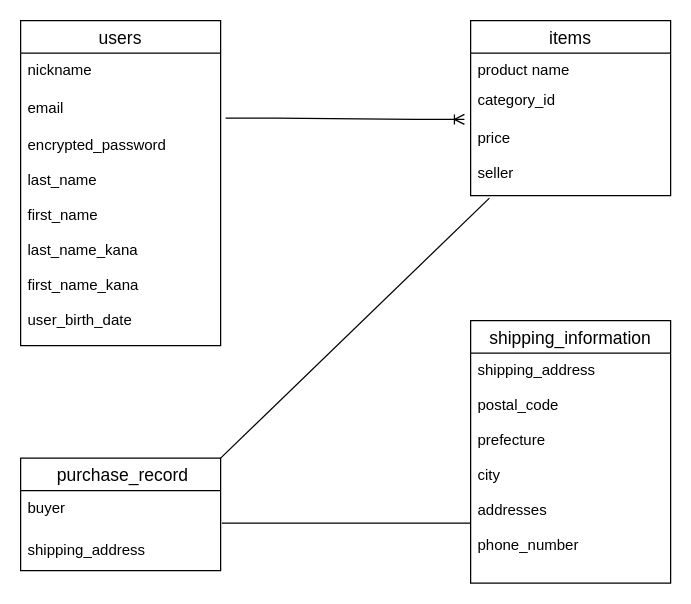
The draw.io diagram test.dio in NaoakiM/furima-37413, before the edit. Source tidied: cells renumbered, new cells numbered last; positions are measured from the earlier drawing's top-left corner, leaving out a move shared by most shapes. Both pictures are drawn from the tidied source at 125%, with x=0, y=0 at pixel (20, 20).
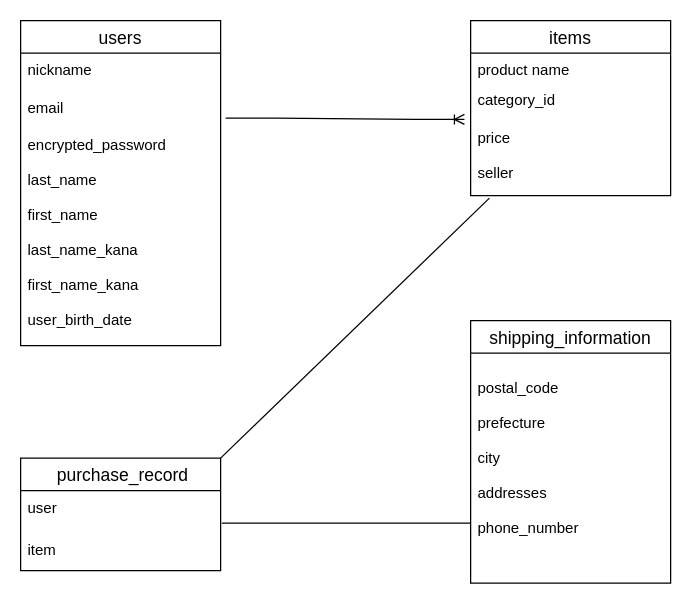
The same diagram, later.

Commit message (it also covers changes not shown here):
itemsテーブル修正

What changed in the source:
```diff
@@
 <mxGraphModel>
   <root>
     <mxCell id="0" />
     <mxCell id="1" parent="0" />
     <mxCell id="2" value="users" style="swimlane;fontStyle=0;horizontal=1;startSize=26;align=center;fontSize=14;" parent="1" vertex="1">
       <mxGeometry width="160" height="260" as="geometry" />
     </mxCell>
     <mxCell id="3" value="nickname" style="text;strokeColor=none;fillColor=none;spacingLeft=4;spacingRight=4;overflow=hidden;fontSize=12;" parent="2" vertex="1">
       <mxGeometry y="26" width="160" height="30" as="geometry" />
     </mxCell>
     <mxCell id="4" value="email" style="text;strokeColor=none;fillColor=none;spacingLeft=4;spacingRight=4;overflow=hidden;points=[[0,0.5],[1,0.5]];portConstraint=eastwest;fontSize=12;" parent="2" vertex="1">
       <mxGeometry y="56" width="160" height="30" as="geometry" />
     </mxCell>
     <mxCell id="5" value="encrypted_password&#10;&#10;last_name&#10;&#10;first_name&#10;&#10;last_name_kana&#10;&#10;first_name_kana&#10;&#10;user_birth_date&#10;" style="text;strokeColor=none;fillColor=none;spacingLeft=4;spacingRight=4;overflow=hidden;fontSize=12;" parent="2" vertex="1">
       <mxGeometry y="86" width="160" height="174" as="geometry" />
     </mxCell>
     <mxCell id="6" value="items" style="swimlane;fontStyle=0;horizontal=1;startSize=26;align=center;fontSize=14;" parent="1" vertex="1">
       <mxGeometry x="360" width="160" height="140" as="geometry" />
     </mxCell>
     <mxCell id="7" value="product name" style="text;strokeColor=none;fillColor=none;spacingLeft=4;spacingRight=4;overflow=hidden;fontSize=12;" parent="6" vertex="1">
       <mxGeometry y="26" width="160" height="24" as="geometry" />
     </mxCell>
     <mxCell id="8" value="category_id" style="text;strokeColor=none;fillColor=none;spacingLeft=4;spacingRight=4;overflow=hidden;points=[[0,0.5],[1,0.5]];portConstraint=eastwest;fontSize=12;" parent="6" vertex="1">
       <mxGeometry y="50" width="160" height="30" as="geometry" />
     </mxCell>
     <mxCell id="9" value="price&#10;&#10;seller" style="text;strokeColor=none;fillColor=none;spacingLeft=4;spacingRight=4;overflow=hidden;points=[[0,0.5],[1,0.5]];portConstraint=eastwest;fontSize=12;" parent="6" vertex="1">
       <mxGeometry y="80" width="160" height="60" as="geometry" />
     </mxCell>
     <mxCell id="10" value=" purchase_record" style="swimlane;fontStyle=0;horizontal=1;startSize=26;align=center;fontSize=14;" parent="1" vertex="1">
       <mxGeometry y="350" width="160" height="90" as="geometry" />
     </mxCell>
-    <mxCell id="11" value="buyer" style="text;strokeColor=none;fillColor=none;spacingLeft=4;spacingRight=4;overflow=hidden;points=[[0,0.5],[1,0.5]];portConstraint=eastwest;fontSize=12;" parent="10" vertex="1">
+    <mxCell id="11" value="user" style="text;strokeColor=none;fillColor=none;spacingLeft=4;spacingRight=4;overflow=hidden;points=[[0,0.5],[1,0.5]];portConstraint=eastwest;fontSize=12;" parent="10" vertex="1">
       <mxGeometry y="26" width="160" height="34" as="geometry" />
     </mxCell>
-    <mxCell id="12" value="shipping_address" style="text;strokeColor=none;fillColor=none;spacingLeft=4;spacingRight=4;overflow=hidden;fontSize=12;" parent="10" vertex="1">
+    <mxCell id="12" value="item" style="text;strokeColor=none;fillColor=none;spacingLeft=4;spacingRight=4;overflow=hidden;fontSize=12;" parent="10" vertex="1">
       <mxGeometry y="60" width="160" height="30" as="geometry" />
     </mxCell>
     <mxCell id="13" value="shipping_information" style="swimlane;fontStyle=0;horizontal=1;startSize=26;align=center;fontSize=14;" parent="1" vertex="1">
       <mxGeometry x="360" y="240" width="160" height="210" as="geometry" />
     </mxCell>
-    <mxCell id="14" value="shipping_address&#10;&#10;postal_code&#10;&#10;prefecture&#10;&#10;city&#10;&#10;addresses&#10;&#10;phone_number&#10;&#10;" style="text;strokeColor=none;fillColor=none;spacingLeft=4;spacingRight=4;overflow=hidden;fontSize=12;" parent="13" vertex="1">
+    <mxCell id="14" value="&#10;postal_code&#10;&#10;prefecture&#10;&#10;city&#10;&#10;addresses&#10;&#10;phone_number&#10;&#10;" style="text;strokeColor=none;fillColor=none;spacingLeft=4;spacingRight=4;overflow=hidden;fontSize=12;" parent="13" vertex="1">
       <mxGeometry y="26" width="160" height="184" as="geometry" />
     </mxCell>
     <mxCell id="15" style="edgeStyle=entityRelationEdgeStyle;fontSize=12;html=1;endArrow=ERoneToMany;exitX=1.025;exitY=0.733;exitDx=0;exitDy=0;exitPerimeter=0;entryX=-0.031;entryY=0.967;entryDx=0;entryDy=0;entryPerimeter=0;" parent="1" edge="1" source="4" target="8">
       <mxGeometry relative="1" as="geometry" />
     </mxCell>
     <mxCell id="16" style="endArrow=none;html=1;rounded=0;exitX=1;exitY=0;exitDx=0;exitDy=0;entryX=0.094;entryY=1.033;entryDx=0;entryDy=0;entryPerimeter=0;" parent="1" edge="1" source="10" target="9">
       <mxGeometry relative="1" as="geometry" />
     </mxCell>
     <mxCell id="17" style="endArrow=none;html=1;rounded=0;exitX=1.006;exitY=0.765;exitDx=0;exitDy=0;exitPerimeter=0;" parent="1" edge="1" source="11">
       <mxGeometry relative="1" as="geometry">
         <mxPoint x="360" y="402" as="targetPoint" />
       </mxGeometry>
     </mxCell>
   </root>
 </mxGraphModel>
```
